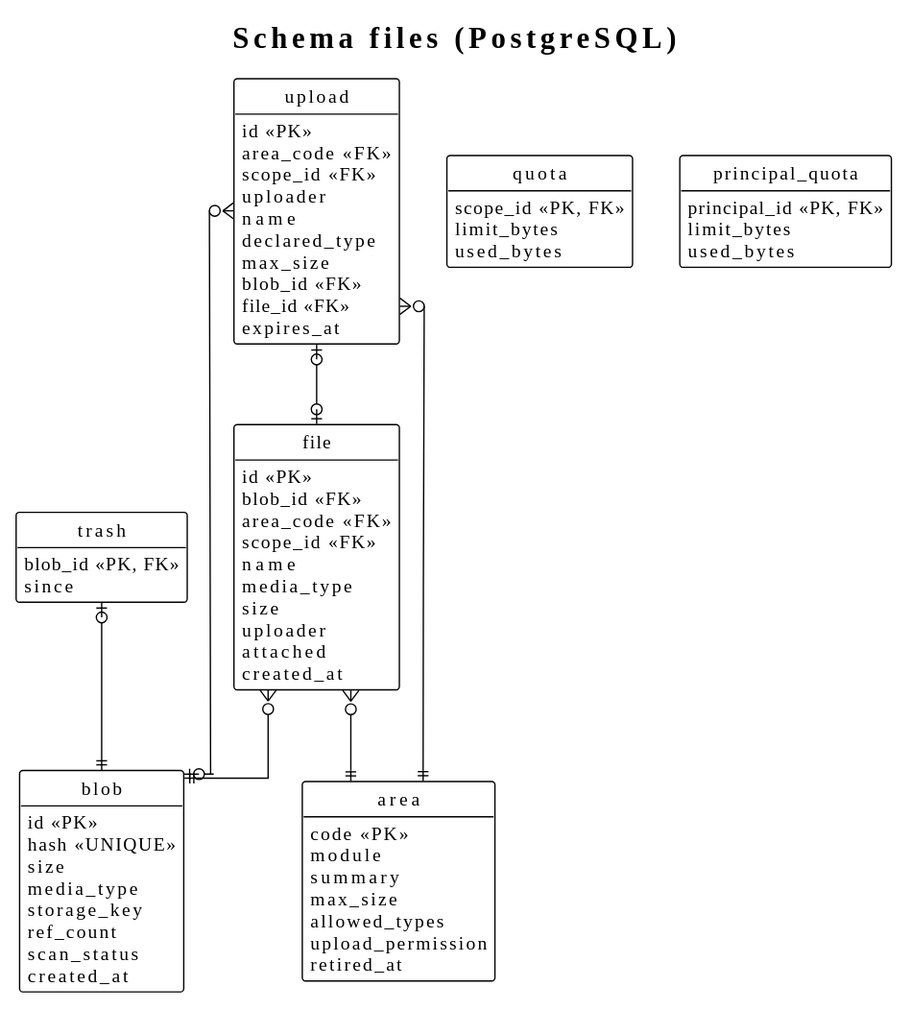
This is docs/03-design/data-model/files.svg from didactika/kampus, a PlantUML export, as it was before one commit. The source it was exported from:
```plantuml
@startuml
!theme plain
hide empty members
hide circle
skinparam linetype ortho
title Schema files (PostgreSQL)

entity blob {
  id <<PK>>
  hash <<UNIQUE>>
  size
  media_type
  storage_key
  ref_count
  scan_status
  created_at
}
entity area {
  code <<PK>>
  module
  summary
  max_size
  allowed_types
  upload_permission
  retired_at
}
entity file {
  id <<PK>>
  blob_id <<FK>>
  area_code <<FK>>
  scope_id <<FK>>
  name
  media_type
  size
  uploader
  attached
  created_at
}
entity upload {
  id <<PK>>
  area_code <<FK>>
  scope_id <<FK>>
  uploader
  name
  declared_type
  max_size
  blob_id <<FK>>
  file_id <<FK>>
  expires_at
}
entity quota {
  scope_id <<PK, FK>>
  limit_bytes
  used_bytes
}
entity principal_quota {
  principal_id <<PK, FK>>
  limit_bytes
  used_bytes
}
entity trash {
  blob_id <<PK, FK>>
  since
}

file }o--|| blob
file }o--|| area
upload }o--|| area
upload }o--o| blob
upload |o--o| file
trash |o--|| blob
@enduml
```
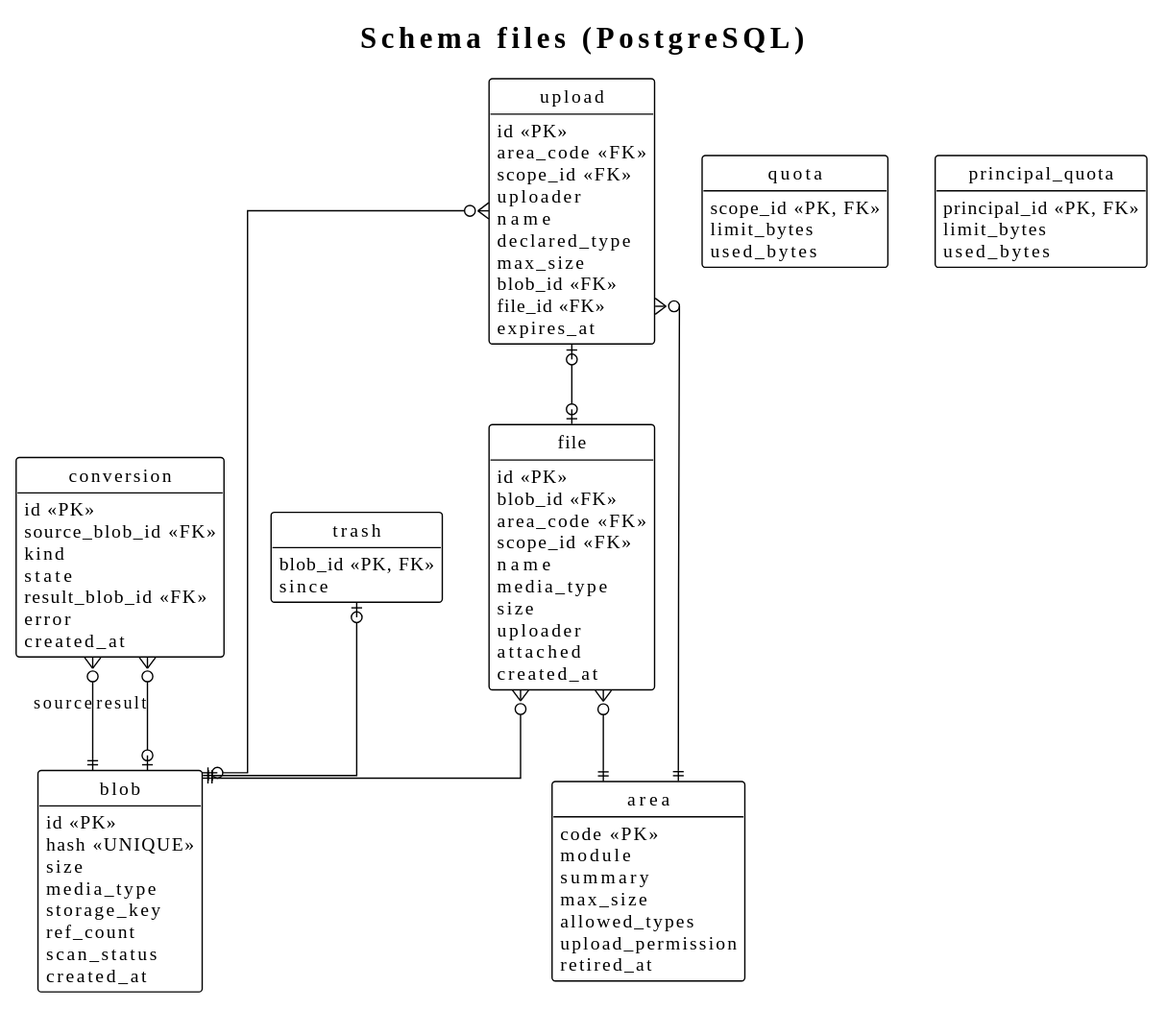
After the change.

Change to the diagram source:
```diff
@@ -58,6 +58,15 @@
   limit_bytes
   used_bytes
 }
+entity conversion {
+  id <<PK>>
+  source_blob_id <<FK>>
+  kind
+  state
+  result_blob_id <<FK>>
+  error
+  created_at
+}
 entity trash {
   blob_id <<PK, FK>>
   since
@@ -69,4 +78,6 @@
 upload }o--o| blob
 upload |o--o| file
 trash |o--|| blob
+conversion }o--|| blob : source
+conversion }o--o| blob : result
 @enduml
```
